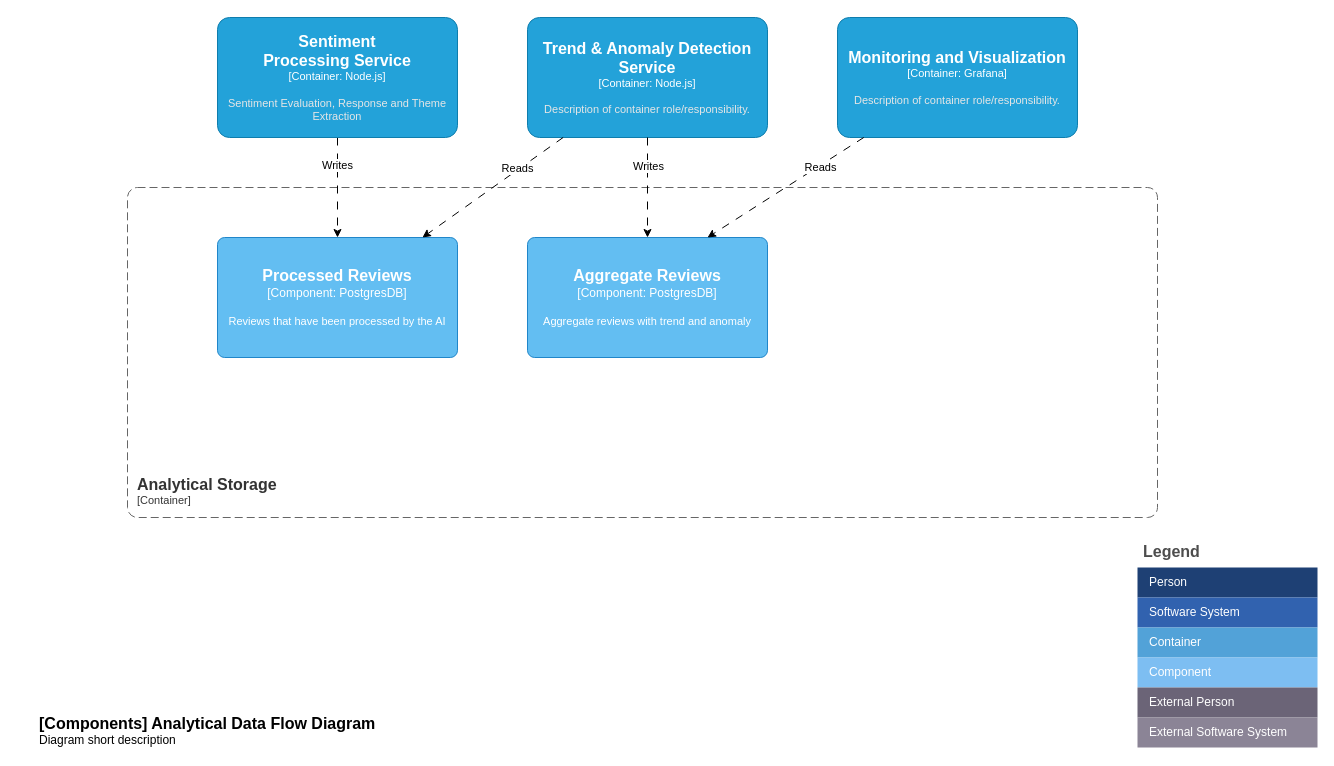
Earlier version of the draw.io diagram page "container-analytical-storage" (4 of 4) of docs/diagrams.drawio (fusion-platform-services/fps-blueprint-ai-sentiment-analysis-and-response). Source tidied: cells renumbered, new cells numbered last; positions are measured from the earlier drawing's top-left corner, leaving out a move shared by most shapes. Both pictures are drawn from the tidied source at 100%, with x=0, y=0 at pixel (37, 17).
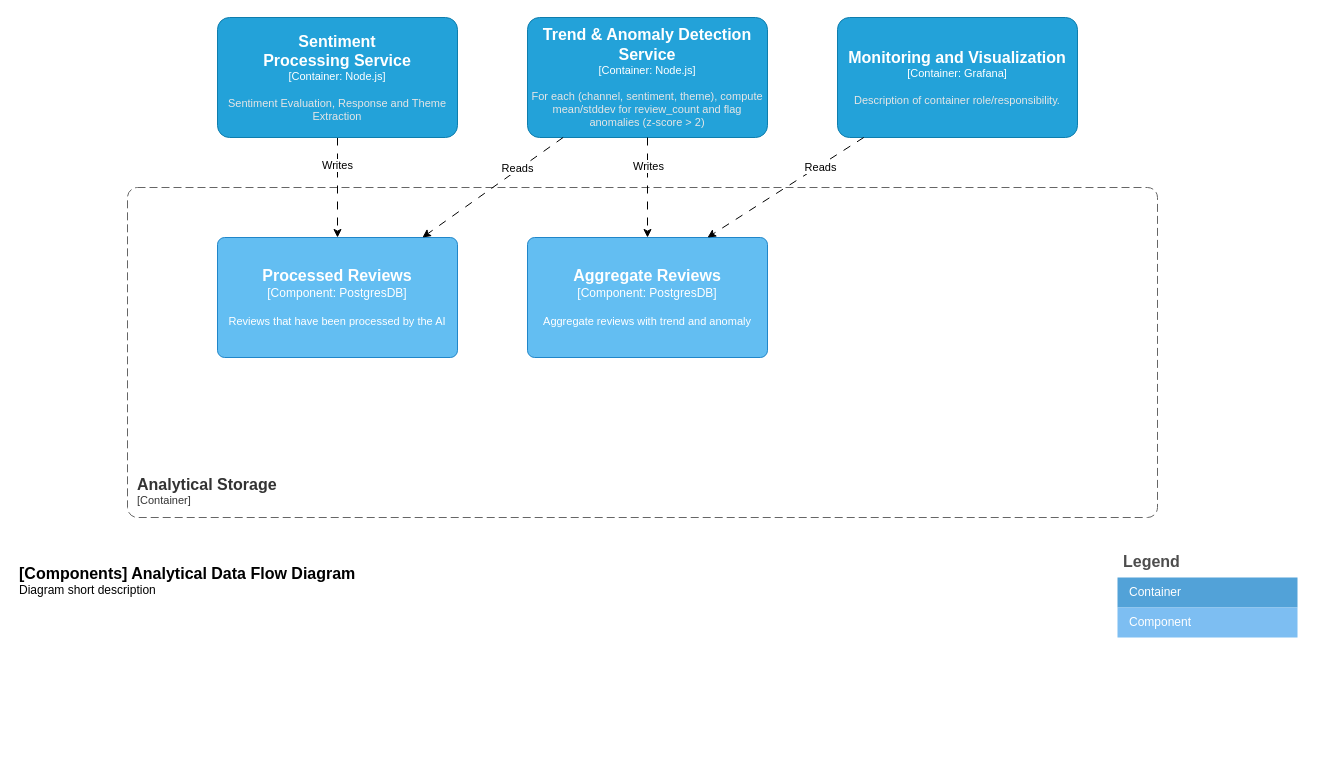
The same page after the edit.

The edit, as a diff of the source:
```diff
@@
-    <mxCell id="3" value="Legend" style="shape=table;startSize=30;childLayout=tableLayout;fontSize=16;align=left;verticalAlign=top;fillColor=none;strokeColor=none;fontColor=#4D4D4D;fontStyle=1;spacingLeft=6;spacing=0;rounded=1;" parent="1" vertex="1">
-      <mxGeometry x="1100" y="520" width="180" height="210" as="geometry" />
-    </mxCell>
-    <mxCell id="4" style="shape=tableRow;horizontal=0;startSize=0;swimlaneHead=0;swimlaneBody=0;strokeColor=inherit;top=0;left=0;bottom=0;right=0;fillColor=none;fontSize=12;rounded=1;" parent="3" vertex="1">
-      <mxGeometry y="30" width="180" height="30" as="geometry" />
-    </mxCell>
-    <mxCell id="5" value="Person" style="shape=partialRectangle;html=1;whiteSpace=wrap;strokeColor=inherit;overflow=hidden;fillColor=#1E4074;top=0;left=0;bottom=0;right=0;fontSize=12;align=left;fontColor=#FFFFFF;gradientColor=none;spacingLeft=10;spacingRight=4;rounded=1;" parent="4" vertex="1">
-      <mxGeometry width="180" height="30" as="geometry" />
-    </mxCell>
-    <mxCell id="6" style="shape=tableRow;horizontal=0;startSize=0;swimlaneHead=0;swimlaneBody=0;strokeColor=inherit;top=0;left=0;bottom=0;right=0;fillColor=none;fontSize=12;rounded=1;" parent="3" vertex="1">
-      <mxGeometry y="60" width="180" height="30" as="geometry" />
-    </mxCell>
-    <mxCell id="7" value="Software System" style="shape=partialRectangle;html=1;whiteSpace=wrap;strokeColor=inherit;overflow=hidden;fillColor=#3162AF;top=0;left=0;bottom=0;right=0;fontSize=12;align=left;fontColor=#FFFFFF;gradientColor=none;spacingLeft=10;spacingRight=4;rounded=1;" parent="6" vertex="1">
-      <mxGeometry width="180" height="30" as="geometry" />
-    </mxCell>
-    <mxCell id="8" style="shape=tableRow;horizontal=0;startSize=0;swimlaneHead=0;swimlaneBody=0;strokeColor=inherit;top=0;left=0;bottom=0;right=0;fillColor=none;fontSize=12;rounded=1;" parent="3" vertex="1">
-      <mxGeometry y="90" width="180" height="30" as="geometry" />
-    </mxCell>
-    <mxCell id="9" value="Container" style="shape=partialRectangle;html=1;whiteSpace=wrap;strokeColor=inherit;overflow=hidden;fillColor=#52a2d8;top=0;left=0;bottom=0;right=0;fontSize=12;align=left;fontColor=#FFFFFF;gradientColor=none;spacingLeft=10;spacingRight=4;rounded=1;" parent="8" vertex="1">
-      <mxGeometry width="180" height="30" as="geometry" />
-    </mxCell>
-    <mxCell id="10" style="shape=tableRow;horizontal=0;startSize=0;swimlaneHead=0;swimlaneBody=0;strokeColor=inherit;top=0;left=0;bottom=0;right=0;fillColor=none;fontSize=12;rounded=1;" parent="3" vertex="1">
-      <mxGeometry y="120" width="180" height="30" as="geometry" />
-    </mxCell>
-    <mxCell id="11" value="Component" style="shape=partialRectangle;html=1;whiteSpace=wrap;strokeColor=inherit;overflow=hidden;fillColor=#7dbef2;top=0;left=0;bottom=0;right=0;fontSize=12;align=left;fontColor=#FFFFFF;gradientColor=none;spacingLeft=10;spacingRight=4;rounded=1;" parent="10" vertex="1">
-      <mxGeometry width="180" height="30" as="geometry" />
-    </mxCell>
-    <mxCell id="12" style="shape=tableRow;horizontal=0;startSize=0;swimlaneHead=0;swimlaneBody=0;strokeColor=inherit;top=0;left=0;bottom=0;right=0;fillColor=none;fontSize=12;rounded=1;" parent="3" vertex="1">
-      <mxGeometry y="150" width="180" height="30" as="geometry" />
-    </mxCell>
-    <mxCell id="13" value="External Person" style="shape=partialRectangle;html=1;whiteSpace=wrap;strokeColor=inherit;overflow=hidden;fillColor=#6b6477;top=0;left=0;bottom=0;right=0;fontSize=12;align=left;fontColor=#FFFFFF;gradientColor=none;spacingLeft=10;spacingRight=4;rounded=1;" parent="12" vertex="1">
-      <mxGeometry width="180" height="30" as="geometry" />
-    </mxCell>
-    <mxCell id="14" style="shape=tableRow;horizontal=0;startSize=0;swimlaneHead=0;swimlaneBody=0;strokeColor=inherit;top=0;left=0;bottom=0;right=0;fillColor=none;fontSize=12;rounded=1;" parent="3" vertex="1">
-      <mxGeometry y="180" width="180" height="30" as="geometry" />
-    </mxCell>
-    <mxCell id="15" value="External Software System" style="shape=partialRectangle;html=1;whiteSpace=wrap;strokeColor=inherit;overflow=hidden;fillColor=#8b8496;top=0;left=0;bottom=0;right=0;fontSize=12;align=left;fontColor=#FFFFFF;gradientColor=none;spacingLeft=10;spacingRight=4;rounded=1;" parent="14" vertex="1">
-      <mxGeometry width="180" height="30" as="geometry" />
-    </mxCell>
     <object id="16" label="&lt;font style=&quot;font-size: 16px&quot;&gt;&lt;b&gt;&lt;div style=&quot;text-align: left&quot;&gt;%c4Name%&lt;/div&gt;&lt;/b&gt;&lt;/font&gt;&lt;div style=&quot;text-align: left&quot;&gt;%c4Description%&lt;/div&gt;" c4Description="Diagram short description" c4Name="[Components] Analytical Data Flow Diagram" placeholders="1">
       <mxCell style="text;html=1;strokeColor=none;fillColor=none;align=left;verticalAlign=top;whiteSpace=wrap;rounded=1;" parent="1" vertex="1">
-        <mxGeometry y="690" width="400" height="40" as="geometry" />
+        <mxGeometry x="-20" y="540" width="400" height="40" as="geometry" />
       </mxCell>
     </object>
@@
-    <object id="22" label="&lt;font style=&quot;font-size: 16px&quot;&gt;&lt;b&gt;%c4Name%&lt;/b&gt;&lt;/font&gt;&lt;div&gt;[%c4Type%: %c4Technology%]&lt;/div&gt;&lt;br&gt;&lt;div&gt;&lt;font style=&quot;font-size: 11px&quot;&gt;&lt;font color=&quot;#E6E6E6&quot;&gt;%c4Description%&lt;/font&gt;&lt;/div&gt;" c4Description="Description of container role/responsibility." c4Name="Trend &amp; Anomaly Detection Service" c4Technology="Node.js" c4Type="Container" placeholders="1">
+    <object id="22" label="&lt;font style=&quot;font-size: 16px&quot;&gt;&lt;b&gt;%c4Name%&lt;/b&gt;&lt;/font&gt;&lt;div&gt;[%c4Type%: %c4Technology%]&lt;/div&gt;&lt;br&gt;&lt;div&gt;&lt;font style=&quot;font-size: 11px&quot;&gt;&lt;font color=&quot;#E6E6E6&quot;&gt;%c4Description%&lt;/font&gt;&lt;/div&gt;" c4Description="For each (channel, sentiment, theme), compute mean/stddev for review_count and flag anomalies (z-score &gt; 2)" c4Name="Trend &amp; Anomaly Detection Service" c4Technology="Node.js" c4Type="Container" placeholders="1">
       <mxCell style="rounded=1;whiteSpace=wrap;html=1;fontSize=11;labelBackgroundColor=none;fillColor=#23A2D9;fontColor=#ffffff;align=center;arcSize=10;strokeColor=#0E7DAD;points=[[0.25,0,0],[0.5,0,0],[0.75,0,0],[1,0.25,0],[1,0.5,0],[1,0.75,0],[0.75,1,0],[0.5,1,0],[0.25,1,0],[0,0.75,0],[0,0.5,0],[0,0.25,0]];" parent="1" vertex="1">
         <mxGeometry x="490" width="240" height="120" as="geometry" />
       </mxCell>
     </object>
@@
+    <mxCell id="3" value="Legend" style="shape=table;startSize=30;childLayout=tableLayout;fontSize=16;align=left;verticalAlign=top;fillColor=none;strokeColor=none;fontColor=#4D4D4D;fontStyle=1;spacingLeft=6;spacing=0;" parent="1" vertex="1">
+      <mxGeometry x="1080" y="530" width="180" height="90" as="geometry" />
+    </mxCell>
+    <mxCell id="30" style="shape=tableRow;horizontal=0;startSize=0;swimlaneHead=0;swimlaneBody=0;strokeColor=inherit;top=0;left=0;bottom=0;right=0;fillColor=none;fontSize=12;" parent="3" vertex="1">
+      <mxGeometry y="30" width="180" height="30" as="geometry" />
+    </mxCell>
+    <mxCell id="9" value="Container" style="shape=partialRectangle;html=1;whiteSpace=wrap;strokeColor=inherit;overflow=hidden;fillColor=#52a2d8;top=0;left=0;bottom=0;right=0;fontSize=12;align=left;fontColor=#FFFFFF;gradientColor=none;spacingLeft=10;spacingRight=4;" parent="30" vertex="1">
+      <mxGeometry width="180" height="30" as="geometry" />
+    </mxCell>
+    <mxCell id="31" style="shape=tableRow;horizontal=0;startSize=0;swimlaneHead=0;swimlaneBody=0;strokeColor=inherit;top=0;left=0;bottom=0;right=0;fillColor=none;fontSize=12;" parent="3" vertex="1">
+      <mxGeometry y="60" width="180" height="30" as="geometry" />
+    </mxCell>
+    <mxCell id="11" value="Component" style="shape=partialRectangle;html=1;whiteSpace=wrap;strokeColor=inherit;overflow=hidden;fillColor=#7dbef2;top=0;left=0;bottom=0;right=0;fontSize=12;align=left;fontColor=#FFFFFF;gradientColor=none;spacingLeft=10;spacingRight=4;" parent="31" vertex="1">
+      <mxGeometry width="180" height="30" as="geometry" />
+    </mxCell>
```
